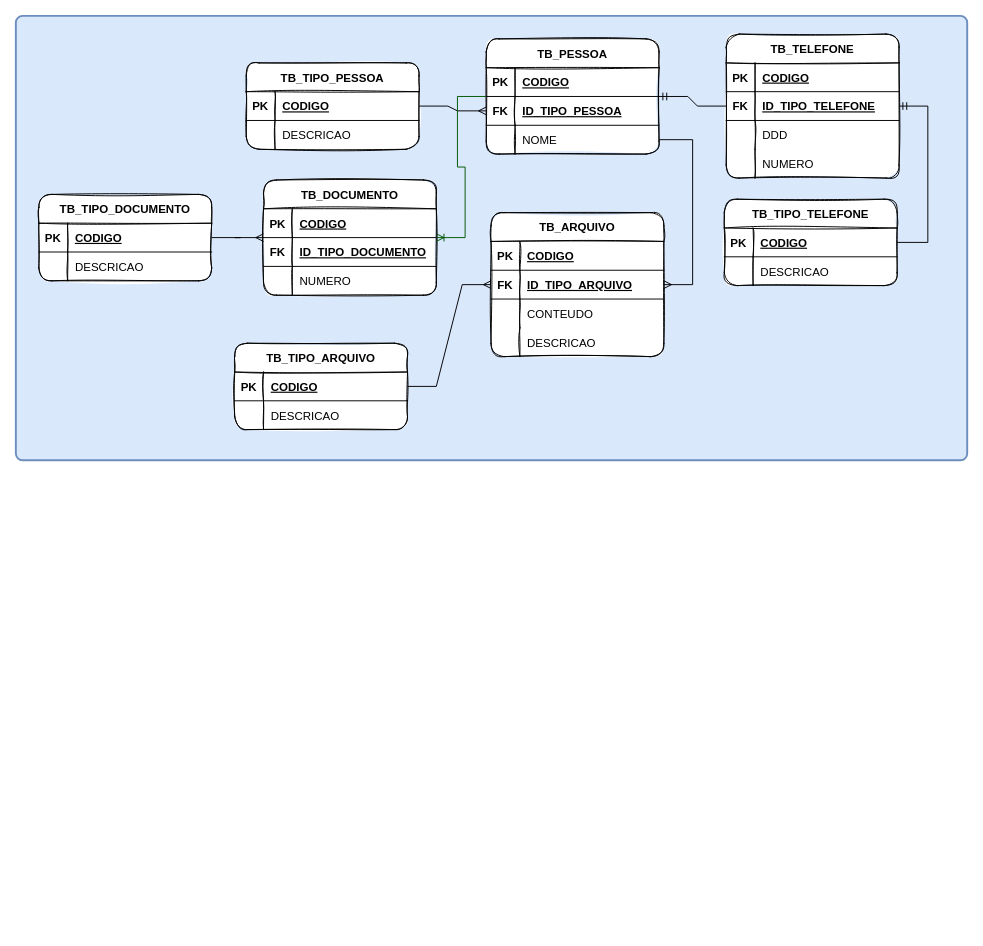
quintinodigital/sistemafinanceiroapi keeps this draw.io diagram as src/main/resources/sistemafinanceiroapi_mer.drawio. Above is the earlier version. Source tidied: cells renumbered, new cells numbered last; positions are measured from the earlier drawing's top-left corner, leaving out a move shared by most shapes. Both pictures are drawn from the tidied source at 96%, with x=0, y=0 at pixel (15, 15).
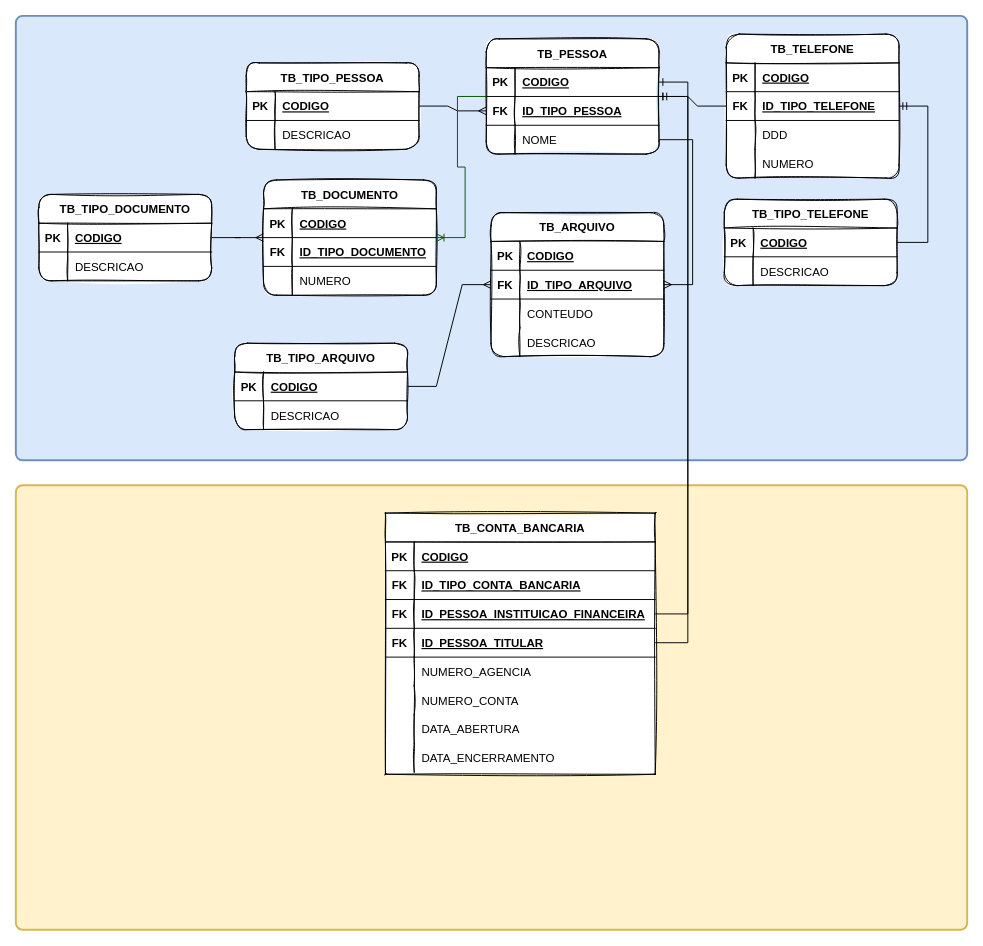
The same diagram, later.

Commit message:
SISTEMAFINANCEIRO18102022174233FEATURE

- Implementar modelagem da Funcionalidade Gerenciador de Conta Bancária

Unchanged cells that the change refers to:
```xml
<mxCell id="3" value="TB_PESSOA" style="shape=table;startSize=30;childLayout=tableLayout;rowLines=0;fontStyle=1;align=center;gradientColor=none;swimlaneFillColor=default;rounded=1;shadow=0;sketch=1;" parent="1" vertex="1">
  <mxGeometry x="490" y="24" width="180" height="120" as="geometry" />
</mxCell>
<mxCell id="4" style="shape=tableRow;horizontal=0;startSize=0;swimlaneHead=0;swimlaneBody=0;fillColor=none;points=[[0,0.5],[1,0.5]];portConstraint=eastwest;top=0;left=0;right=0;bottom=1;" parent="3" vertex="1">
  <mxGeometry y="30" width="180" height="30" as="geometry" />
</mxCell>
```

The edit, as a diff of the source:
```diff
@@
+    <mxCell id="84" style="rounded=1;whiteSpace=wrap;html=1;absoluteArcSize=1;arcSize=14;strokeWidth=2;fillColor=#fff2cc;strokeColor=#d6b656;" parent="1" vertex="1">
+      <mxGeometry y="489" width="991" height="463" as="geometry" />
+    </mxCell>
+    <mxCell id="85" value="TB_CONTA_BANCARIA" style="shape=table;startSize=30;childLayout=tableLayout;rowLines=0;fontStyle=1;align=center;gradientColor=none;swimlaneFillColor=default;rounded=1;shadow=0;sketch=1;arcSize=0;" parent="1" vertex="1">
+      <mxGeometry x="385" y="518" width="281" height="272" as="geometry" />
+    </mxCell>
+    <mxCell id="86" style="shape=tableRow;horizontal=0;startSize=0;swimlaneHead=0;swimlaneBody=0;fillColor=none;top=0;left=0;right=0;bottom=1;" parent="85" vertex="1">
+      <mxGeometry y="30" width="281" height="30" as="geometry" />
+    </mxCell>
+    <mxCell id="87" value="PK" style="shape=partialRectangle;fillColor=none;top=0;left=0;bottom=0;right=0;fontStyle=1;overflow=hidden;" parent="86" vertex="1">
+      <mxGeometry width="30" height="30" as="geometry" />
+    </mxCell>
+    <mxCell id="88" value="CODIGO" style="shape=partialRectangle;fillColor=none;top=0;left=0;bottom=0;right=0;align=left;spacingLeft=6;fontStyle=5;overflow=hidden;" parent="86" vertex="1">
+      <mxGeometry x="30" width="251" height="30" as="geometry" />
+    </mxCell>
+    <mxCell id="89" style="shape=tableRow;horizontal=0;startSize=0;swimlaneHead=0;swimlaneBody=0;fillColor=none;top=0;left=0;right=0;bottom=1;" parent="85" vertex="1">
+      <mxGeometry y="60" width="281" height="30" as="geometry" />
+    </mxCell>
+    <mxCell id="90" value="FK" style="shape=partialRectangle;fillColor=none;top=0;left=0;bottom=0;right=0;fontStyle=1;overflow=hidden;" parent="89" vertex="1">
+      <mxGeometry width="30" height="30" as="geometry" />
+    </mxCell>
+    <mxCell id="91" value="ID_TIPO_CONTA_BANCARIA" style="shape=partialRectangle;fillColor=none;top=0;left=0;bottom=0;right=0;align=left;spacingLeft=6;fontStyle=5;overflow=hidden;" parent="89" vertex="1">
+      <mxGeometry x="30" width="251" height="30" as="geometry" />
+    </mxCell>
+    <mxCell id="92" style="shape=tableRow;horizontal=0;startSize=0;swimlaneHead=0;swimlaneBody=0;fillColor=none;points=[[0,0.5],[1,0.5]];portConstraint=eastwest;top=0;left=0;right=0;bottom=1;" parent="85" vertex="1">
+      <mxGeometry y="90" width="281" height="30" as="geometry" />
+    </mxCell>
+    <mxCell id="93" value="FK" style="shape=partialRectangle;fillColor=none;top=0;left=0;bottom=0;right=0;fontStyle=1;overflow=hidden;" parent="92" vertex="1">
+      <mxGeometry width="30" height="30" as="geometry" />
+    </mxCell>
+    <mxCell id="94" value="ID_PESSOA_INSTITUICAO_FINANCEIRA" style="shape=partialRectangle;fillColor=none;top=0;left=0;bottom=0;right=0;align=left;spacingLeft=6;fontStyle=5;overflow=hidden;" parent="92" vertex="1">
+      <mxGeometry x="30" width="251" height="30" as="geometry" />
+    </mxCell>
+    <mxCell id="95" style="shape=tableRow;horizontal=0;startSize=0;swimlaneHead=0;swimlaneBody=0;fillColor=none;points=[[0,0.5],[1,0.5]];portConstraint=eastwest;top=0;left=0;right=0;bottom=1;" parent="85" vertex="1">
+      <mxGeometry y="120" width="281" height="30" as="geometry" />
+    </mxCell>
+    <mxCell id="96" value="FK" style="shape=partialRectangle;fillColor=none;top=0;left=0;bottom=0;right=0;fontStyle=1;overflow=hidden;" parent="95" vertex="1">
+      <mxGeometry width="30" height="30" as="geometry" />
+    </mxCell>
+    <mxCell id="97" value="ID_PESSOA_TITULAR" style="shape=partialRectangle;fillColor=none;top=0;left=0;bottom=0;right=0;align=left;spacingLeft=6;fontStyle=5;overflow=hidden;" parent="95" vertex="1">
+      <mxGeometry x="30" width="251" height="30" as="geometry" />
+    </mxCell>
+    <mxCell id="98" style="shape=tableRow;horizontal=0;startSize=0;swimlaneHead=0;swimlaneBody=0;fillColor=none;top=0;left=0;right=0;bottom=0;" parent="85" vertex="1">
+      <mxGeometry y="150" width="281" height="30" as="geometry" />
+    </mxCell>
+    <mxCell id="99" style="shape=partialRectangle;fillColor=none;top=0;left=0;bottom=0;right=0;overflow=hidden;" parent="98" vertex="1">
+      <mxGeometry width="30" height="30" as="geometry" />
+    </mxCell>
+    <mxCell id="100" value="NUMERO_AGENCIA" style="shape=partialRectangle;fillColor=none;top=0;left=0;bottom=0;right=0;align=left;spacingLeft=6;overflow=hidden;" parent="98" vertex="1">
+      <mxGeometry x="30" width="251" height="30" as="geometry" />
+    </mxCell>
+    <mxCell id="101" style="shape=tableRow;horizontal=0;startSize=0;swimlaneHead=0;swimlaneBody=0;fillColor=none;top=0;left=0;right=0;bottom=0;" parent="85" vertex="1">
+      <mxGeometry y="180" width="281" height="30" as="geometry" />
+    </mxCell>
+    <mxCell id="102" style="shape=partialRectangle;fillColor=none;top=0;left=0;bottom=0;right=0;overflow=hidden;" parent="101" vertex="1">
+      <mxGeometry width="30" height="30" as="geometry" />
+    </mxCell>
+    <mxCell id="103" value="NUMERO_CONTA" style="shape=partialRectangle;fillColor=none;top=0;left=0;bottom=0;right=0;align=left;spacingLeft=6;overflow=hidden;" parent="101" vertex="1">
+      <mxGeometry x="30" width="251" height="30" as="geometry" />
+    </mxCell>
+    <mxCell id="104" style="shape=tableRow;horizontal=0;startSize=0;swimlaneHead=0;swimlaneBody=0;fillColor=none;top=0;left=0;right=0;bottom=0;" parent="85" vertex="1">
+      <mxGeometry y="210" width="281" height="30" as="geometry" />
+    </mxCell>
+    <mxCell id="105" style="shape=partialRectangle;fillColor=none;top=0;left=0;bottom=0;right=0;overflow=hidden;" parent="104" vertex="1">
+      <mxGeometry width="30" height="30" as="geometry" />
+    </mxCell>
+    <mxCell id="106" value="DATA_ABERTURA" style="shape=partialRectangle;fillColor=none;top=0;left=0;bottom=0;right=0;align=left;spacingLeft=6;overflow=hidden;" parent="104" vertex="1">
+      <mxGeometry x="30" width="251" height="30" as="geometry" />
+    </mxCell>
+    <mxCell id="107" style="shape=tableRow;horizontal=0;startSize=0;swimlaneHead=0;swimlaneBody=0;fillColor=none;top=0;left=0;right=0;bottom=0;" parent="85" vertex="1">
+      <mxGeometry y="240" width="281" height="30" as="geometry" />
+    </mxCell>
+    <mxCell id="108" style="shape=partialRectangle;fillColor=none;top=0;left=0;bottom=0;right=0;overflow=hidden;" parent="107" vertex="1">
+      <mxGeometry width="30" height="30" as="geometry" />
+    </mxCell>
+    <mxCell id="109" value="DATA_ENCERRAMENTO" style="shape=partialRectangle;fillColor=none;top=0;left=0;bottom=0;right=0;align=left;spacingLeft=6;overflow=hidden;" parent="107" vertex="1">
+      <mxGeometry x="30" width="251" height="30" as="geometry" />
+    </mxCell>
+    <mxCell id="110" style="edgeStyle=entityRelationEdgeStyle;fontSize=12;html=1;endArrow=ERone;endFill=1;rounded=0;" parent="1" edge="1" source="92" target="4">
+      <mxGeometry relative="1" as="geometry" />
+    </mxCell>
+    <mxCell id="111" style="edgeStyle=entityRelationEdgeStyle;fontSize=12;html=1;endArrow=ERone;endFill=1;rounded=0;" parent="1" edge="1" source="95" target="3">
+      <mxGeometry relative="1" as="geometry" />
+    </mxCell>
```
